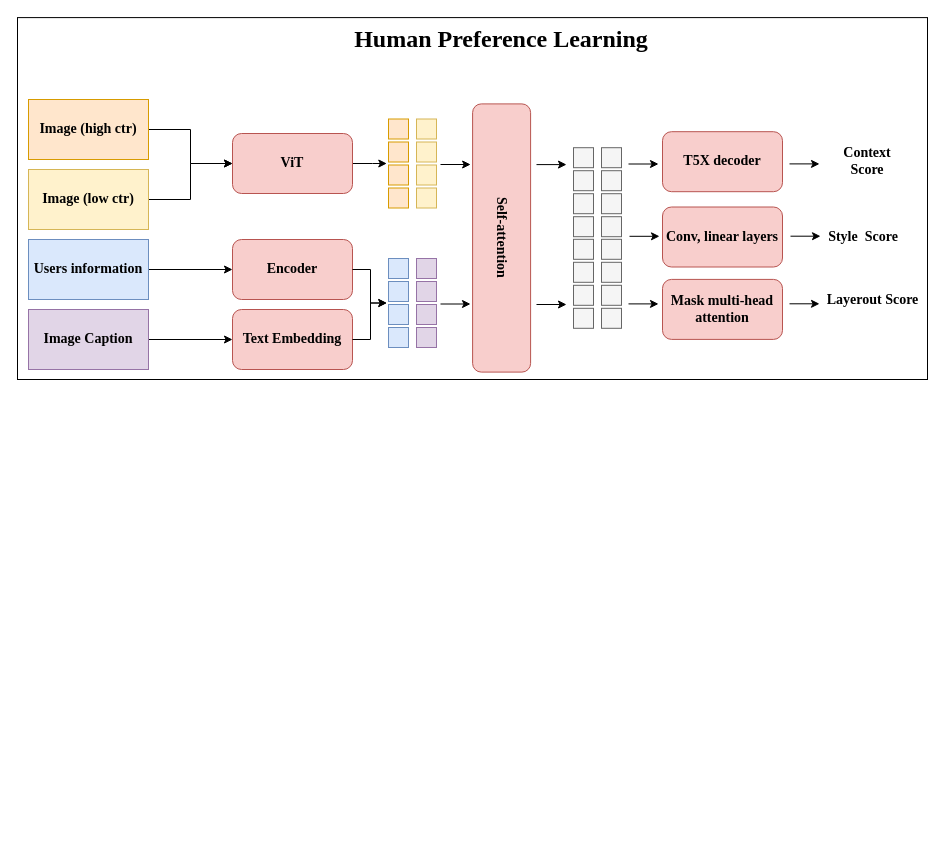
This is AIGC.drawio from GPlaying/brain_map, a draw.io file, before an edit. Source tidied: cells renumbered, new cells numbered last; positions are measured from the earlier drawing's top-left corner, leaving out a move shared by most shapes. Both pictures are drawn from the tidied source at 100%, with x=0, y=0 at pixel (17, 17).
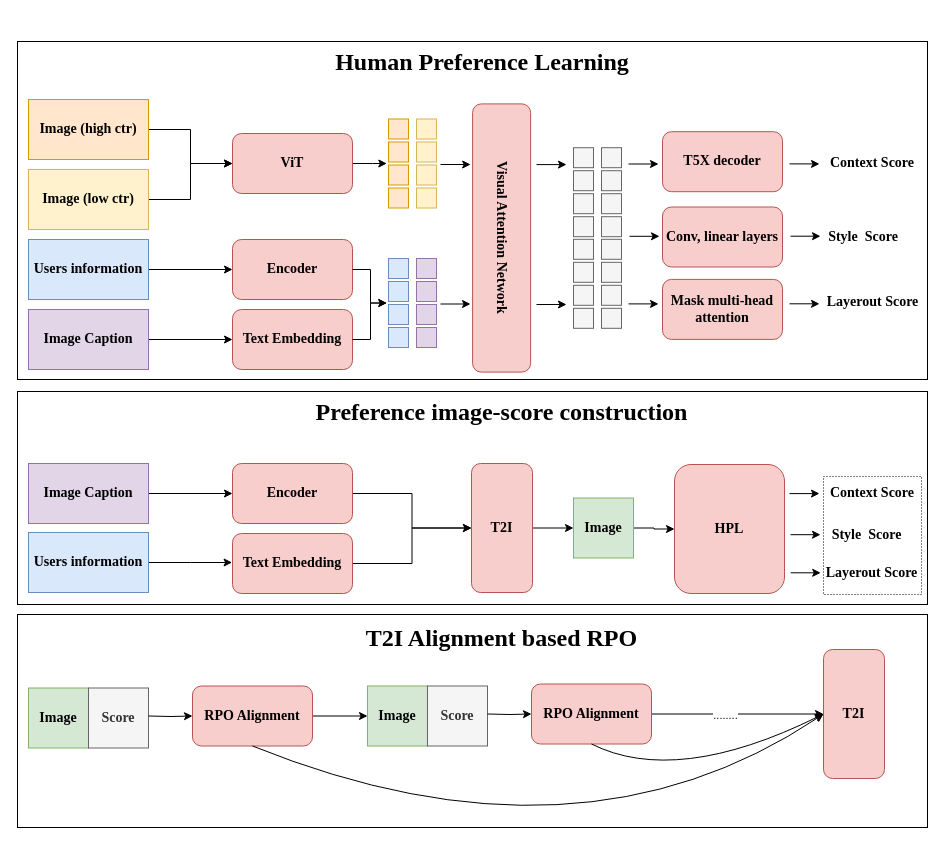
The same page after the edit.

Change to the diagram source:
```diff
@@
+    <mxCell id="67" style="rounded=0;whiteSpace=wrap;html=1;" parent="1" vertex="1">
+      <mxGeometry y="597" width="910" height="213" as="geometry" />
+    </mxCell>
+    <mxCell id="68" style="rounded=0;whiteSpace=wrap;html=1;" parent="1" vertex="1">
+      <mxGeometry y="374" width="910" height="213" as="geometry" />
+    </mxCell>
     <mxCell id="2" style="rounded=0;whiteSpace=wrap;html=1;" parent="1" vertex="1">
-      <mxGeometry y="0.1" width="910" height="361.9" as="geometry" />
+      <mxGeometry y="24" width="910" height="338" as="geometry" />
     </mxCell>
@@
+    <mxCell id="69" style="rounded=0;whiteSpace=wrap;html=1;dashed=1;dashPattern=1 2;" parent="1" vertex="1">
+      <mxGeometry x="806" y="459" width="98" height="118" as="geometry" />
+    </mxCell>
@@
-    <mxCell id="23" value="Self-attention" style="rounded=1;whiteSpace=wrap;html=1;rotation=90;fillColor=#f8cecc;strokeColor=#b85450;fontFamily=Times New Roman;fontSize=14;fontStyle=1;" parent="1" vertex="1">
+    <mxCell id="23" value="Visual Attention Network" style="rounded=1;whiteSpace=wrap;html=1;rotation=90;fillColor=#f8cecc;strokeColor=#b85450;fontFamily=Times New Roman;fontSize=14;fontStyle=1;" parent="1" vertex="1">
       <mxGeometry x="350" y="191.5" width="268.2" height="58" as="geometry" />
     </mxCell>
@@
     <mxCell id="55" value="Context Score" style="rounded=0;whiteSpace=wrap;html=1;strokeColor=none;fontFamily=Times New Roman;fontSize=14;fontStyle=1;" parent="1" vertex="1">
-      <mxGeometry x="810" y="114" width="80" height="60" as="geometry" />
+      <mxGeometry x="806" y="116.2" width="98" height="60" as="geometry" />
     </mxCell>
@@
     <mxCell id="59" value="Layerout Score" style="rounded=0;whiteSpace=wrap;html=1;strokeColor=none;fontFamily=Times New Roman;fontSize=14;fontStyle=1;" parent="1" vertex="1">
-      <mxGeometry x="806" y="253" width="99" height="60" as="geometry" />
+      <mxGeometry x="806" y="256" width="99" height="57" as="geometry" />
     </mxCell>
@@
     <mxCell id="66" value="&lt;font style=&quot;font-size: 24px;&quot; face=&quot;Times New Roman&quot;&gt;Human Preference Learning&lt;/font&gt;" style="text;html=1;align=center;verticalAlign=middle;whiteSpace=wrap;rounded=0;fontStyle=1;" parent="1" vertex="1">
-      <mxGeometry x="322.1" y="0.1" width="324" height="42.9" as="geometry" />
+      <mxGeometry x="303" y="24" width="324" height="42.9" as="geometry" />
     </mxCell>
+    <mxCell id="70" style="edgeStyle=orthogonalEdgeStyle;rounded=0;jettySize=auto;html=1;entryX=0;entryY=0.5;entryDx=0;entryDy=0;" parent="1" edge="1" source="71" target="77">
+      <mxGeometry relative="1" as="geometry" />
+    </mxCell>
+    <mxCell id="71" value="Image Caption" style="rounded=0;whiteSpace=wrap;html=1;fillColor=#e1d5e7;strokeColor=#9673a6;fontFamily=Times New Roman;fontSize=14;fontStyle=1;" parent="1" vertex="1">
+      <mxGeometry x="11" y="446" width="120" height="60" as="geometry" />
+    </mxCell>
+    <mxCell id="72" style="edgeStyle=orthogonalEdgeStyle;rounded=0;jettySize=auto;html=1;" parent="1" edge="1" source="73">
+      <mxGeometry relative="1" as="geometry">
+        <mxPoint x="214.6" y="545" as="targetPoint" />
+      </mxGeometry>
+    </mxCell>
+    <mxCell id="73" value="Users information" style="rounded=0;whiteSpace=wrap;html=1;fillColor=#dae8fc;strokeColor=#6c8ebf;fontFamily=Times New Roman;fontSize=14;fontStyle=1;" parent="1" vertex="1">
+      <mxGeometry x="11" y="515" width="120" height="60" as="geometry" />
+    </mxCell>
+    <mxCell id="74" style="edgeStyle=orthogonalEdgeStyle;rounded=0;jettySize=auto;html=1;entryX=0;entryY=0.5;entryDx=0;entryDy=0;" parent="1" edge="1" source="75" target="81">
+      <mxGeometry relative="1" as="geometry" />
+    </mxCell>
+    <mxCell id="75" value="T2I" style="rounded=1;whiteSpace=wrap;html=1;fillColor=#f8cecc;strokeColor=#b85450;fontFamily=Times New Roman;fontSize=14;fontStyle=1;" parent="1" vertex="1">
+      <mxGeometry x="454" y="446" width="61" height="129" as="geometry" />
+    </mxCell>
+    <mxCell id="76" style="edgeStyle=orthogonalEdgeStyle;rounded=0;jettySize=auto;html=1;" parent="1" edge="1" source="77" target="75">
+      <mxGeometry relative="1" as="geometry" />
+    </mxCell>
+    <mxCell id="77" value="Encoder" style="rounded=1;whiteSpace=wrap;html=1;fillColor=#f8cecc;strokeColor=#b85450;fontFamily=Times New Roman;fontSize=14;fontStyle=1;" parent="1" vertex="1">
+      <mxGeometry x="215" y="446" width="120" height="60" as="geometry" />
+    </mxCell>
+    <mxCell id="78" style="edgeStyle=orthogonalEdgeStyle;rounded=0;jettySize=auto;html=1;" parent="1" edge="1" source="79" target="75">
+      <mxGeometry relative="1" as="geometry" />
+    </mxCell>
+    <mxCell id="79" value="Text Embedding" style="rounded=1;whiteSpace=wrap;html=1;fillColor=#f8cecc;strokeColor=#b85450;fontFamily=Times New Roman;fontSize=14;fontStyle=1;" parent="1" vertex="1">
+      <mxGeometry x="215" y="516" width="120" height="60" as="geometry" />
+    </mxCell>
+    <mxCell id="80" style="edgeStyle=orthogonalEdgeStyle;rounded=0;jettySize=auto;html=1;entryX=0;entryY=0.5;entryDx=0;entryDy=0;" parent="1" edge="1" source="81" target="82">
+      <mxGeometry relative="1" as="geometry" />
+    </mxCell>
+    <mxCell id="81" value="&lt;font style=&quot;font-size: 14px;&quot; face=&quot;Times New Roman&quot;&gt;&lt;b&gt;Image&lt;/b&gt;&lt;/font&gt;" style="rounded=0;whiteSpace=wrap;html=1;fillColor=#d5e8d4;strokeColor=#82b366;" parent="1" vertex="1">
+      <mxGeometry x="556" y="480.5" width="60" height="60" as="geometry" />
+    </mxCell>
+    <mxCell id="82" value="HPL" style="rounded=1;whiteSpace=wrap;html=1;fillColor=#f8cecc;strokeColor=#b85450;fontFamily=Times New Roman;fontSize=14;fontStyle=1;" parent="1" vertex="1">
+      <mxGeometry x="657" y="447" width="110" height="129" as="geometry" />
+    </mxCell>
+    <mxCell id="83" value="Context Score" style="rounded=0;whiteSpace=wrap;html=1;strokeColor=none;fontFamily=Times New Roman;fontSize=14;fontStyle=1;" parent="1" vertex="1">
+      <mxGeometry x="808" y="465" width="94" height="22" as="geometry" />
+    </mxCell>
+    <mxCell id="84" value="Style&amp;nbsp; Score" style="rounded=0;whiteSpace=wrap;html=1;strokeColor=none;fontFamily=Times New Roman;fontSize=14;fontStyle=1;" parent="1" vertex="1">
+      <mxGeometry x="808.8" y="503" width="81.2" height="30" as="geometry" />
+    </mxCell>
+    <mxCell id="85" value="Layerout Score" style="rounded=0;whiteSpace=wrap;html=1;strokeColor=none;fontFamily=Times New Roman;fontSize=14;fontStyle=1;" parent="1" vertex="1">
+      <mxGeometry x="807.4" y="540.5" width="95.2" height="30" as="geometry" />
+    </mxCell>
+    <mxCell id="86" style="endArrow=classic;html=1;rounded=0;entryX=0.226;entryY=1.034;entryDx=0;entryDy=0;entryPerimeter=0;fontFamily=Times New Roman;fontSize=14;fontStyle=1;" parent="1" edge="1">
+      <mxGeometry relative="1" as="geometry">
+        <mxPoint x="772" y="476.1" as="sourcePoint" />
+        <mxPoint x="802" y="476.1" as="targetPoint" />
+      </mxGeometry>
+    </mxCell>
+    <mxCell id="87" style="endArrow=classic;html=1;rounded=0;entryX=0.226;entryY=1.034;entryDx=0;entryDy=0;entryPerimeter=0;fontFamily=Times New Roman;fontSize=14;fontStyle=1;" parent="1" edge="1">
+      <mxGeometry relative="1" as="geometry">
+        <mxPoint x="773.2" y="555.3" as="sourcePoint" />
+        <mxPoint x="803.2" y="555.3" as="targetPoint" />
+      </mxGeometry>
+    </mxCell>
+    <mxCell id="88" style="endArrow=classic;html=1;rounded=0;entryX=0.226;entryY=1.034;entryDx=0;entryDy=0;entryPerimeter=0;fontFamily=Times New Roman;fontSize=14;fontStyle=1;" parent="1" edge="1">
+      <mxGeometry relative="1" as="geometry">
+        <mxPoint x="773" y="517.2" as="sourcePoint" />
+        <mxPoint x="803" y="517.2" as="targetPoint" />
+      </mxGeometry>
+    </mxCell>
+    <mxCell id="89" value="&lt;font style=&quot;font-size: 14px;&quot; face=&quot;Times New Roman&quot;&gt;&lt;b&gt;Image&lt;/b&gt;&lt;/font&gt;" style="rounded=0;whiteSpace=wrap;html=1;fillColor=#d5e8d4;strokeColor=#82b366;" parent="1" vertex="1">
+      <mxGeometry x="11" y="670.5" width="60" height="60" as="geometry" />
+    </mxCell>
+    <mxCell id="90" value="&lt;font style=&quot;font-size: 14px;&quot; face=&quot;Times New Roman&quot;&gt;&lt;b&gt;Score&lt;/b&gt;&lt;/font&gt;" style="rounded=0;whiteSpace=wrap;html=1;fillColor=#f5f5f5;fontColor=#333333;strokeColor=#666666;" parent="1" vertex="1">
+      <mxGeometry x="71" y="670.5" width="60" height="60" as="geometry" />
+    </mxCell>
+    <mxCell id="91" style="edgeStyle=orthogonalEdgeStyle;rounded=0;jettySize=auto;html=1;" parent="1" edge="1" source="92">
+      <mxGeometry relative="1" as="geometry">
+        <mxPoint x="350" y="698.5" as="targetPoint" />
+      </mxGeometry>
+    </mxCell>
+    <mxCell id="92" value="&lt;font style=&quot;font-size: 14px;&quot; face=&quot;Times New Roman&quot;&gt;&lt;b&gt;RPO Alignment&lt;/b&gt;&lt;/font&gt;" style="rounded=1;whiteSpace=wrap;html=1;fillColor=#f8cecc;strokeColor=#b85450;" parent="1" vertex="1">
+      <mxGeometry x="175" y="668.5" width="120" height="60" as="geometry" />
+    </mxCell>
+    <mxCell id="93" style="edgeStyle=orthogonalEdgeStyle;rounded=0;jettySize=auto;html=1;entryX=0;entryY=0.5;entryDx=0;entryDy=0;" parent="1" edge="1" target="92">
+      <mxGeometry relative="1" as="geometry">
+        <mxPoint x="131" y="698.5" as="sourcePoint" />
+      </mxGeometry>
+    </mxCell>
+    <mxCell id="94" value="&lt;font style=&quot;font-size: 24px;&quot; face=&quot;Times New Roman&quot;&gt;Preference image-score construction&lt;/font&gt;" style="text;html=1;align=center;verticalAlign=middle;whiteSpace=wrap;rounded=0;fontStyle=1;" parent="1" vertex="1">
+      <mxGeometry x="283.6" y="374" width="401" height="42.9" as="geometry" />
+    </mxCell>
+    <mxCell id="95" value="&lt;font style=&quot;font-size: 14px;&quot; face=&quot;Times New Roman&quot;&gt;&lt;b&gt;Image&lt;/b&gt;&lt;/font&gt;" style="rounded=0;whiteSpace=wrap;html=1;fillColor=#d5e8d4;strokeColor=#82b366;" parent="1" vertex="1">
+      <mxGeometry x="350" y="668.5" width="60" height="60" as="geometry" />
+    </mxCell>
+    <mxCell id="96" value="&lt;font style=&quot;font-size: 14px;&quot; face=&quot;Times New Roman&quot;&gt;&lt;b&gt;Score&lt;/b&gt;&lt;/font&gt;" style="rounded=0;whiteSpace=wrap;html=1;fillColor=#f5f5f5;fontColor=#333333;strokeColor=#666666;" parent="1" vertex="1">
+      <mxGeometry x="410" y="668.5" width="60" height="60" as="geometry" />
+    </mxCell>
+    <mxCell id="97" style="edgeStyle=orthogonalEdgeStyle;rounded=0;jettySize=auto;html=1;" parent="1" edge="1" source="99" target="101">
+      <mxGeometry relative="1" as="geometry" />
+    </mxCell>
+    <mxCell id="98" value="........" style="edgeLabel;html=1;align=center;verticalAlign=middle;" parent="97" vertex="1">
+      <mxGeometry x="-0.15" y="-1" relative="1" as="geometry" />
+    </mxCell>
+    <mxCell id="99" value="&lt;font style=&quot;font-size: 14px;&quot; face=&quot;Times New Roman&quot;&gt;&lt;b&gt;RPO Alignment&lt;/b&gt;&lt;/font&gt;" style="rounded=1;whiteSpace=wrap;html=1;fillColor=#f8cecc;strokeColor=#b85450;" parent="1" vertex="1">
+      <mxGeometry x="514" y="666.5" width="120" height="60" as="geometry" />
+    </mxCell>
+    <mxCell id="100" style="edgeStyle=orthogonalEdgeStyle;rounded=0;jettySize=auto;html=1;entryX=0;entryY=0.5;entryDx=0;entryDy=0;" parent="1" edge="1" target="99">
+      <mxGeometry relative="1" as="geometry">
+        <mxPoint x="470" y="696.5" as="sourcePoint" />
+      </mxGeometry>
+    </mxCell>
+    <mxCell id="101" value="T2I" style="rounded=1;whiteSpace=wrap;html=1;fillColor=#f8cecc;strokeColor=#b85450;fontFamily=Times New Roman;fontSize=14;fontStyle=1;" parent="1" vertex="1">
+      <mxGeometry x="806" y="632" width="61" height="129" as="geometry" />
+    </mxCell>
+    <mxCell id="102" style="curved=1;endArrow=classic;html=1;rounded=0;exitX=0.5;exitY=1;exitDx=0;exitDy=0;entryX=0;entryY=0.5;entryDx=0;entryDy=0;" parent="1" edge="1" source="92" target="101">
+      <mxGeometry relative="1" as="geometry">
+        <Array as="points">
+          <mxPoint x="561" y="860" />
+        </Array>
+      </mxGeometry>
+    </mxCell>
+    <mxCell id="103" style="curved=1;endArrow=classic;html=1;rounded=0;exitX=0.5;exitY=1;exitDx=0;exitDy=0;entryX=0;entryY=0.5;entryDx=0;entryDy=0;" parent="1" edge="1" source="99" target="101">
+      <mxGeometry relative="1" as="geometry">
+        <Array as="points">
+          <mxPoint x="659" y="769" />
+        </Array>
+      </mxGeometry>
+    </mxCell>
+    <mxCell id="104" value="&lt;font style=&quot;font-size: 24px;&quot; face=&quot;Times New Roman&quot;&gt;T2I Alignment based RPO&lt;/font&gt;" style="text;html=1;align=center;verticalAlign=middle;whiteSpace=wrap;rounded=0;fontStyle=1;" parent="1" vertex="1">
+      <mxGeometry x="283.6" y="600" width="401" height="42.9" as="geometry" />
+    </mxCell>
```
